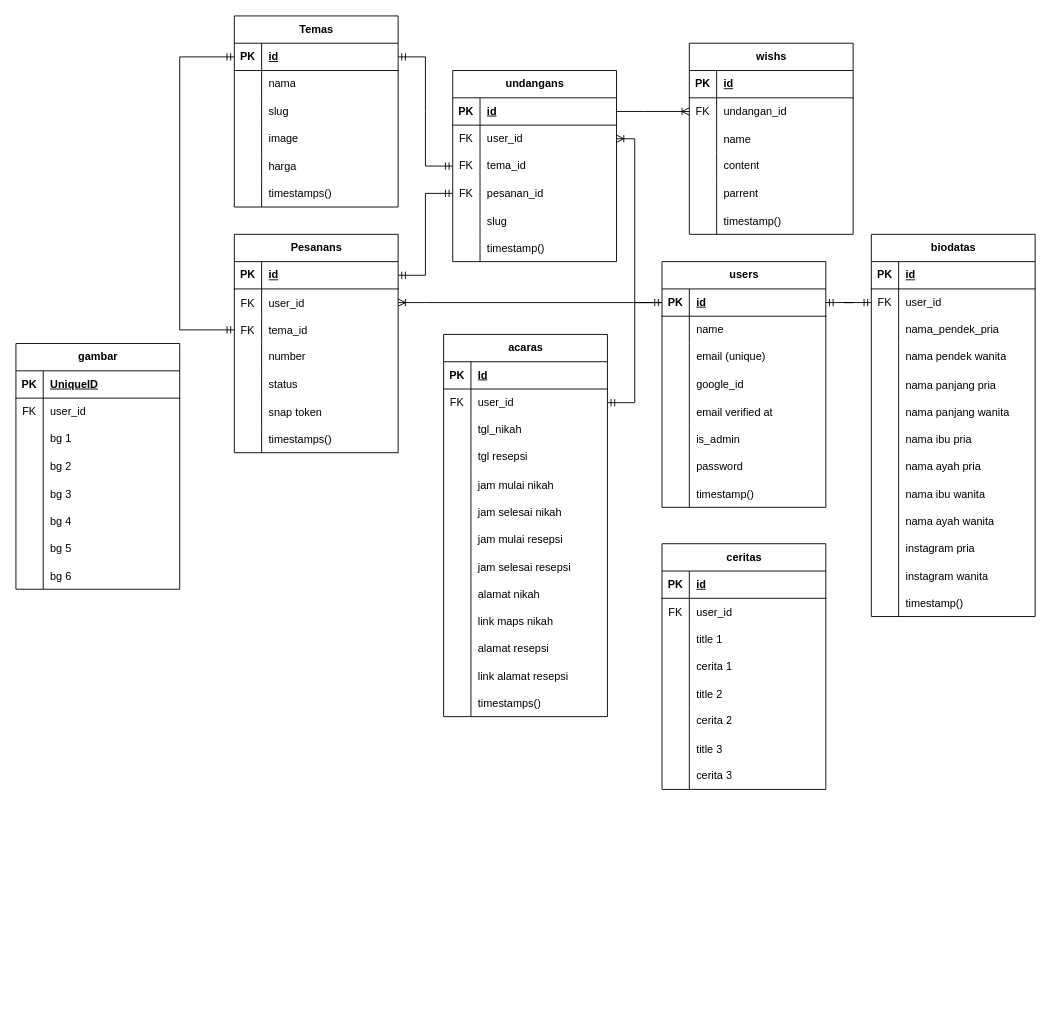
Earlier version of the draw.io diagram Untitled Diagram.drawio (herisukoco/draw.io). Source tidied: cells renumbered, new cells numbered last; positions are measured from the earlier drawing's top-left corner, leaving out a move shared by most shapes. Both pictures are drawn from the tidied source at 91%, with x=0, y=0 at pixel (15, 15).
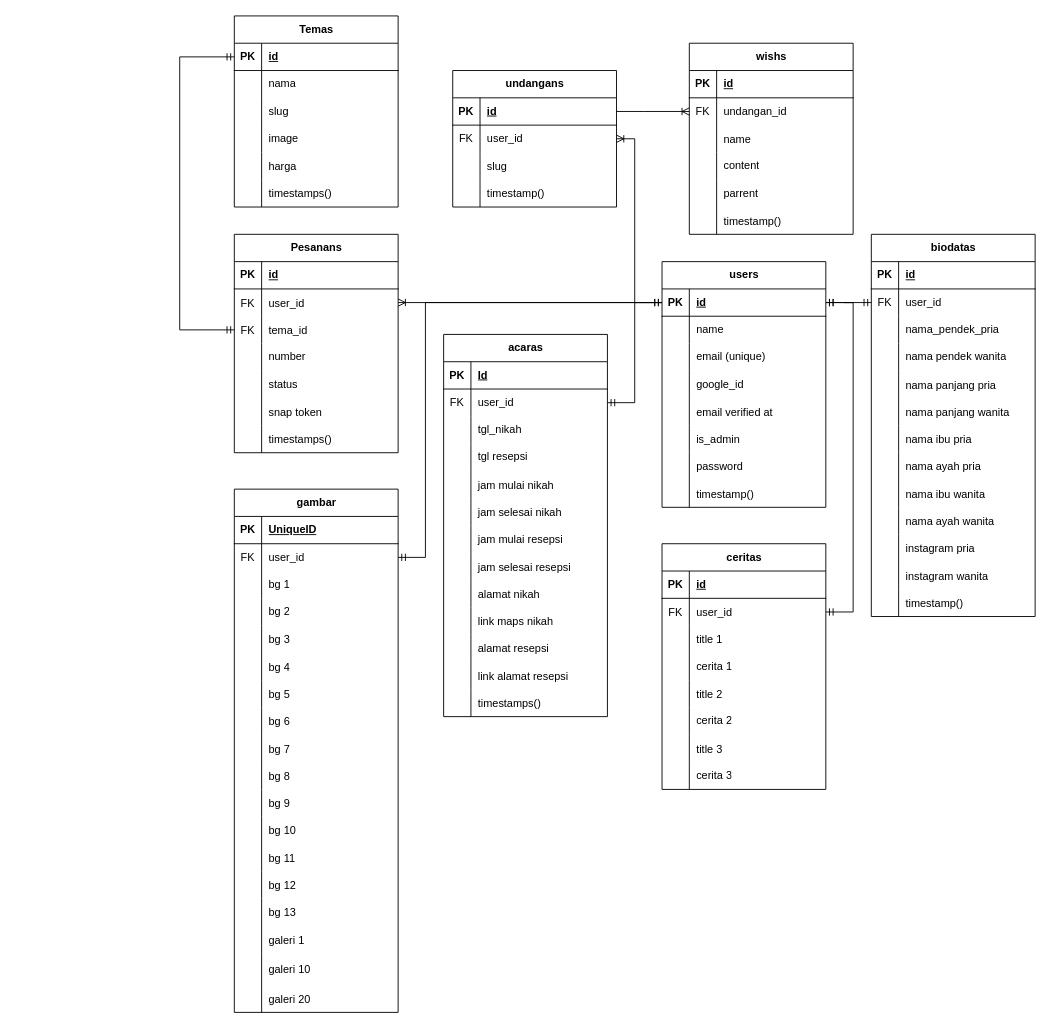
The same page after the edit.

Unchanged cells that the change refers to:
```xml
<mxCell id="3" style="shape=tableRow;horizontal=0;startSize=0;swimlaneHead=0;swimlaneBody=0;fillColor=none;points=[[0,0.5],[1,0.5]];portConstraint=eastwest;top=0;left=0;right=0;bottom=1;" parent="2" vertex="1">
  <mxGeometry y="30" width="180" height="30" as="geometry" />
</mxCell>
<mxCell id="110" style="shape=tableRow;horizontal=0;startSize=0;swimlaneHead=0;swimlaneBody=0;fillColor=none;points=[[0,0.5],[1,0.5]];portConstraint=eastwest;top=0;left=0;right=0;bottom=1;" parent="109" vertex="1">
  <mxGeometry y="30" width="180" height="30" as="geometry" />
</mxCell>
<mxCell id="129" style="shape=tableRow;horizontal=0;startSize=0;swimlaneHead=0;swimlaneBody=0;fillColor=none;points=[[0,0.5],[1,0.5]];portConstraint=eastwest;top=0;left=0;right=0;bottom=1;" parent="128" vertex="1">
  <mxGeometry y="30" width="180" height="30" as="geometry" />
</mxCell>
<mxCell id="198" style="shape=tableRow;horizontal=0;startSize=0;swimlaneHead=0;swimlaneBody=0;fillColor=none;points=[[0,0.5],[1,0.5]];portConstraint=eastwest;top=0;left=0;right=0;bottom=0;" parent="194" vertex="1">
  <mxGeometry y="60" width="180" height="30" as="geometry" />
</mxCell>
<mxCell id="223" style="shape=tableRow;horizontal=0;startSize=0;swimlaneHead=0;swimlaneBody=0;fillColor=none;points=[[0,0.5],[1,0.5]];portConstraint=eastwest;top=0;left=0;right=0;bottom=0;" parent="219" vertex="1">
  <mxGeometry y="60" width="180" height="30" as="geometry" />
</mxCell>
```

What changed in the source:
```diff
@@
     <mxCell id="152" value="undangans" style="shape=table;startSize=30;childLayout=tableLayout;rowLines=0;fontStyle=1;align=center;html=1;" parent="1" vertex="1">
-      <mxGeometry x="480" y="60" width="180" height="210" as="geometry" />
+      <mxGeometry x="480" y="60" width="180" height="150" as="geometry" />
     </mxCell>
@@
-    <mxCell id="159" style="shape=tableRow;horizontal=0;startSize=0;swimlaneHead=0;swimlaneBody=0;fillColor=none;points=[[0,0.5],[1,0.5]];portConstraint=eastwest;top=0;left=0;right=0;bottom=0;" parent="152" vertex="1">
-      <mxGeometry y="90" width="180" height="30" as="geometry" />
-    </mxCell>
-    <mxCell id="160" value="FK" style="shape=partialRectangle;fillColor=none;top=0;left=0;bottom=0;right=0;overflow=hidden;whiteSpace=wrap;html=1;" parent="159" vertex="1">
-      <mxGeometry width="30" height="30" as="geometry" />
-    </mxCell>
-    <mxCell id="161" value="tema_id" style="shape=partialRectangle;fillColor=none;top=0;left=0;bottom=0;right=0;align=left;spacingLeft=6;overflow=hidden;whiteSpace=wrap;html=1;" parent="159" vertex="1">
-      <mxGeometry x="30" width="150" height="30" as="geometry" />
-    </mxCell>
-    <mxCell id="162" style="shape=tableRow;horizontal=0;startSize=0;swimlaneHead=0;swimlaneBody=0;fillColor=none;points=[[0,0.5],[1,0.5]];portConstraint=eastwest;top=0;left=0;right=0;bottom=0;" parent="152" vertex="1">
-      <mxGeometry y="120" width="180" height="30" as="geometry" />
-    </mxCell>
-    <mxCell id="163" value="FK" style="shape=partialRectangle;fillColor=none;top=0;left=0;bottom=0;right=0;overflow=hidden;whiteSpace=wrap;html=1;" parent="162" vertex="1">
-      <mxGeometry width="30" height="30" as="geometry" />
-    </mxCell>
-    <mxCell id="164" value="pesanan_id" style="shape=partialRectangle;fillColor=none;top=0;left=0;bottom=0;right=0;align=left;spacingLeft=6;overflow=hidden;whiteSpace=wrap;html=1;" parent="162" vertex="1">
-      <mxGeometry x="30" width="150" height="30" as="geometry" />
-    </mxCell>
     <mxCell id="165" style="shape=tableRow;horizontal=0;startSize=0;swimlaneHead=0;swimlaneBody=0;fillColor=none;top=0;left=0;right=0;bottom=0;" parent="152" vertex="1">
-      <mxGeometry y="150" width="180" height="30" as="geometry" />
+      <mxGeometry y="90" width="180" height="30" as="geometry" />
     </mxCell>
@@
     <mxCell id="168" style="shape=tableRow;horizontal=0;startSize=0;swimlaneHead=0;swimlaneBody=0;fillColor=none;top=0;left=0;right=0;bottom=0;" parent="152" vertex="1">
-      <mxGeometry y="180" width="180" height="30" as="geometry" />
+      <mxGeometry y="120" width="180" height="30" as="geometry" />
     </mxCell>
@@
-    <mxCell id="192" style="edgeStyle=entityRelationEdgeStyle;fontSize=12;html=1;endArrow=ERmandOne;startArrow=ERmandOne;rounded=0;entryX=0;entryY=0.5;entryDx=0;entryDy=0;exitX=1;exitY=0.5;exitDx=0;exitDy=0;" parent="1" edge="1" source="110" target="159">
-      <mxGeometry relative="1" as="geometry" />
-    </mxCell>
-    <mxCell id="193" style="edgeStyle=entityRelationEdgeStyle;fontSize=12;html=1;endArrow=ERmandOne;startArrow=ERmandOne;rounded=0;entryX=0;entryY=0.5;entryDx=0;entryDy=0;exitX=1;exitY=0.5;exitDx=0;exitDy=0;" parent="1" edge="1" source="129" target="162">
-      <mxGeometry relative="1" as="geometry" />
-    </mxCell>
@@
     <mxCell id="219" value="gambar" style="shape=table;startSize=30;childLayout=tableLayout;rowLines=0;fontStyle=1;align=center;html=1;" parent="1" vertex="1">
-      <mxGeometry y="360" width="180" height="270" as="geometry" />
+      <mxGeometry x="240" y="520" width="180" height="575" as="geometry" />
     </mxCell>
@@
+    <mxCell id="244" style="shape=tableRow;horizontal=0;startSize=0;swimlaneHead=0;swimlaneBody=0;fillColor=none;top=0;left=0;right=0;bottom=0;" parent="219" vertex="1">
+      <mxGeometry y="270" width="180" height="30" as="geometry" />
+    </mxCell>
+    <mxCell id="245" style="shape=partialRectangle;fillColor=none;top=0;left=0;bottom=0;right=0;overflow=hidden;" parent="244" vertex="1">
+      <mxGeometry width="30" height="30" as="geometry" />
+    </mxCell>
+    <mxCell id="246" value="bg 7" style="shape=partialRectangle;fillColor=none;top=0;left=0;bottom=0;right=0;align=left;spacingLeft=6;overflow=hidden;" parent="244" vertex="1">
+      <mxGeometry x="30" width="150" height="30" as="geometry" />
+    </mxCell>
+    <mxCell id="247" style="shape=tableRow;horizontal=0;startSize=0;swimlaneHead=0;swimlaneBody=0;fillColor=none;top=0;left=0;right=0;bottom=0;" parent="219" vertex="1">
+      <mxGeometry y="300" width="180" height="30" as="geometry" />
+    </mxCell>
+    <mxCell id="248" style="shape=partialRectangle;fillColor=none;top=0;left=0;bottom=0;right=0;overflow=hidden;" parent="247" vertex="1">
+      <mxGeometry width="30" height="30" as="geometry" />
+    </mxCell>
+    <mxCell id="249" value="bg 8" style="shape=partialRectangle;fillColor=none;top=0;left=0;bottom=0;right=0;align=left;spacingLeft=6;overflow=hidden;" parent="247" vertex="1">
+      <mxGeometry x="30" width="150" height="30" as="geometry" />
+    </mxCell>
+    <mxCell id="250" style="shape=tableRow;horizontal=0;startSize=0;swimlaneHead=0;swimlaneBody=0;fillColor=none;top=0;left=0;right=0;bottom=0;" parent="219" vertex="1">
+      <mxGeometry y="330" width="180" height="30" as="geometry" />
+    </mxCell>
+    <mxCell id="251" style="shape=partialRectangle;fillColor=none;top=0;left=0;bottom=0;right=0;overflow=hidden;" parent="250" vertex="1">
+      <mxGeometry width="30" height="30" as="geometry" />
+    </mxCell>
+    <mxCell id="252" value="bg 9" style="shape=partialRectangle;fillColor=none;top=0;left=0;bottom=0;right=0;align=left;spacingLeft=6;overflow=hidden;" parent="250" vertex="1">
+      <mxGeometry x="30" width="150" height="30" as="geometry" />
+    </mxCell>
+    <mxCell id="253" style="shape=tableRow;horizontal=0;startSize=0;swimlaneHead=0;swimlaneBody=0;fillColor=none;top=0;left=0;right=0;bottom=0;" parent="219" vertex="1">
+      <mxGeometry y="360" width="180" height="30" as="geometry" />
+    </mxCell>
+    <mxCell id="254" style="shape=partialRectangle;fillColor=none;top=0;left=0;bottom=0;right=0;overflow=hidden;" parent="253" vertex="1">
+      <mxGeometry width="30" height="30" as="geometry" />
+    </mxCell>
+    <mxCell id="255" value="bg 10" style="shape=partialRectangle;fillColor=none;top=0;left=0;bottom=0;right=0;align=left;spacingLeft=6;overflow=hidden;" parent="253" vertex="1">
+      <mxGeometry x="30" width="150" height="30" as="geometry" />
+    </mxCell>
+    <mxCell id="256" style="shape=tableRow;horizontal=0;startSize=0;swimlaneHead=0;swimlaneBody=0;fillColor=none;top=0;left=0;right=0;bottom=0;" parent="219" vertex="1">
+      <mxGeometry y="390" width="180" height="30" as="geometry" />
+    </mxCell>
+    <mxCell id="257" style="shape=partialRectangle;fillColor=none;top=0;left=0;bottom=0;right=0;overflow=hidden;" parent="256" vertex="1">
+      <mxGeometry width="30" height="30" as="geometry" />
+    </mxCell>
+    <mxCell id="258" value="bg 11" style="shape=partialRectangle;fillColor=none;top=0;left=0;bottom=0;right=0;align=left;spacingLeft=6;overflow=hidden;" parent="256" vertex="1">
+      <mxGeometry x="30" width="150" height="30" as="geometry" />
+    </mxCell>
+    <mxCell id="259" style="shape=tableRow;horizontal=0;startSize=0;swimlaneHead=0;swimlaneBody=0;fillColor=none;top=0;left=0;right=0;bottom=0;" parent="219" vertex="1">
+      <mxGeometry y="420" width="180" height="30" as="geometry" />
+    </mxCell>
+    <mxCell id="260" style="shape=partialRectangle;fillColor=none;top=0;left=0;bottom=0;right=0;overflow=hidden;" parent="259" vertex="1">
+      <mxGeometry width="30" height="30" as="geometry" />
+    </mxCell>
+    <mxCell id="261" value="bg 12" style="shape=partialRectangle;fillColor=none;top=0;left=0;bottom=0;right=0;align=left;spacingLeft=6;overflow=hidden;" parent="259" vertex="1">
+      <mxGeometry x="30" width="150" height="30" as="geometry" />
+    </mxCell>
+    <mxCell id="262" style="shape=tableRow;horizontal=0;startSize=0;swimlaneHead=0;swimlaneBody=0;fillColor=none;top=0;left=0;right=0;bottom=0;" parent="219" vertex="1">
+      <mxGeometry y="450" width="180" height="30" as="geometry" />
+    </mxCell>
+    <mxCell id="263" style="shape=partialRectangle;fillColor=none;top=0;left=0;bottom=0;right=0;overflow=hidden;" parent="262" vertex="1">
+      <mxGeometry width="30" height="30" as="geometry" />
+    </mxCell>
+    <mxCell id="264" value="bg 13" style="shape=partialRectangle;fillColor=none;top=0;left=0;bottom=0;right=0;align=left;spacingLeft=6;overflow=hidden;" parent="262" vertex="1">
+      <mxGeometry x="30" width="150" height="30" as="geometry" />
+    </mxCell>
+    <mxCell id="265" style="shape=tableRow;horizontal=0;startSize=0;swimlaneHead=0;swimlaneBody=0;fillColor=none;top=0;left=0;right=0;bottom=0;" parent="219" vertex="1">
+      <mxGeometry y="480" width="180" height="30" as="geometry" />
+    </mxCell>
+    <mxCell id="266" style="shape=partialRectangle;fillColor=none;top=0;left=0;bottom=0;right=0;overflow=hidden;" parent="265" vertex="1">
+      <mxGeometry width="30" height="30" as="geometry" />
+    </mxCell>
+    <mxCell id="267" value="galeri 1" style="shape=partialRectangle;fillColor=none;top=0;left=0;bottom=0;right=0;align=left;spacingLeft=6;overflow=hidden;" parent="265" vertex="1">
+      <mxGeometry x="30" width="150" height="30" as="geometry" />
+    </mxCell>
+    <mxCell id="268" style="shape=tableRow;horizontal=0;startSize=0;swimlaneHead=0;swimlaneBody=0;fillColor=none;top=0;left=0;right=0;bottom=0;" parent="219" vertex="1">
+      <mxGeometry y="510" width="180" height="35" as="geometry" />
+    </mxCell>
+    <mxCell id="269" style="shape=partialRectangle;fillColor=none;top=0;left=0;bottom=0;right=0;overflow=hidden;" parent="268" vertex="1">
+      <mxGeometry width="30" height="35" as="geometry" />
+    </mxCell>
+    <mxCell id="270" value="galeri 10" style="shape=partialRectangle;fillColor=none;top=0;left=0;bottom=0;right=0;align=left;spacingLeft=6;overflow=hidden;" parent="268" vertex="1">
+      <mxGeometry x="30" width="150" height="35" as="geometry" />
+    </mxCell>
+    <mxCell id="271" style="shape=tableRow;horizontal=0;startSize=0;swimlaneHead=0;swimlaneBody=0;fillColor=none;top=0;left=0;right=0;bottom=0;" parent="219" vertex="1">
+      <mxGeometry y="545" width="180" height="30" as="geometry" />
+    </mxCell>
+    <mxCell id="272" style="shape=partialRectangle;fillColor=none;top=0;left=0;bottom=0;right=0;overflow=hidden;" parent="271" vertex="1">
+      <mxGeometry width="30" height="30" as="geometry" />
+    </mxCell>
+    <mxCell id="273" value="galeri 20" style="shape=partialRectangle;fillColor=none;top=0;left=0;bottom=0;right=0;align=left;spacingLeft=6;overflow=hidden;" parent="271" vertex="1">
+      <mxGeometry x="30" width="150" height="30" as="geometry" />
+    </mxCell>
+    <mxCell id="274" style="edgeStyle=entityRelationEdgeStyle;fontSize=12;html=1;endArrow=ERmandOne;startArrow=ERmandOne;rounded=0;" parent="1" edge="1" source="3" target="198">
+      <mxGeometry relative="1" as="geometry" />
+    </mxCell>
+    <mxCell id="275" style="edgeStyle=orthogonalEdgeStyle;fontSize=12;html=1;endArrow=ERmandOne;startArrow=ERmandOne;rounded=0;entryX=0;entryY=0.5;entryDx=0;entryDy=0;exitX=1;exitY=0.5;exitDx=0;exitDy=0;" parent="1" edge="1" source="223" target="3">
+      <mxGeometry relative="1" as="geometry">
+        <Array as="points">
+          <mxPoint x="450" y="595" />
+          <mxPoint x="450" y="315" />
+        </Array>
+      </mxGeometry>
+    </mxCell>
```
